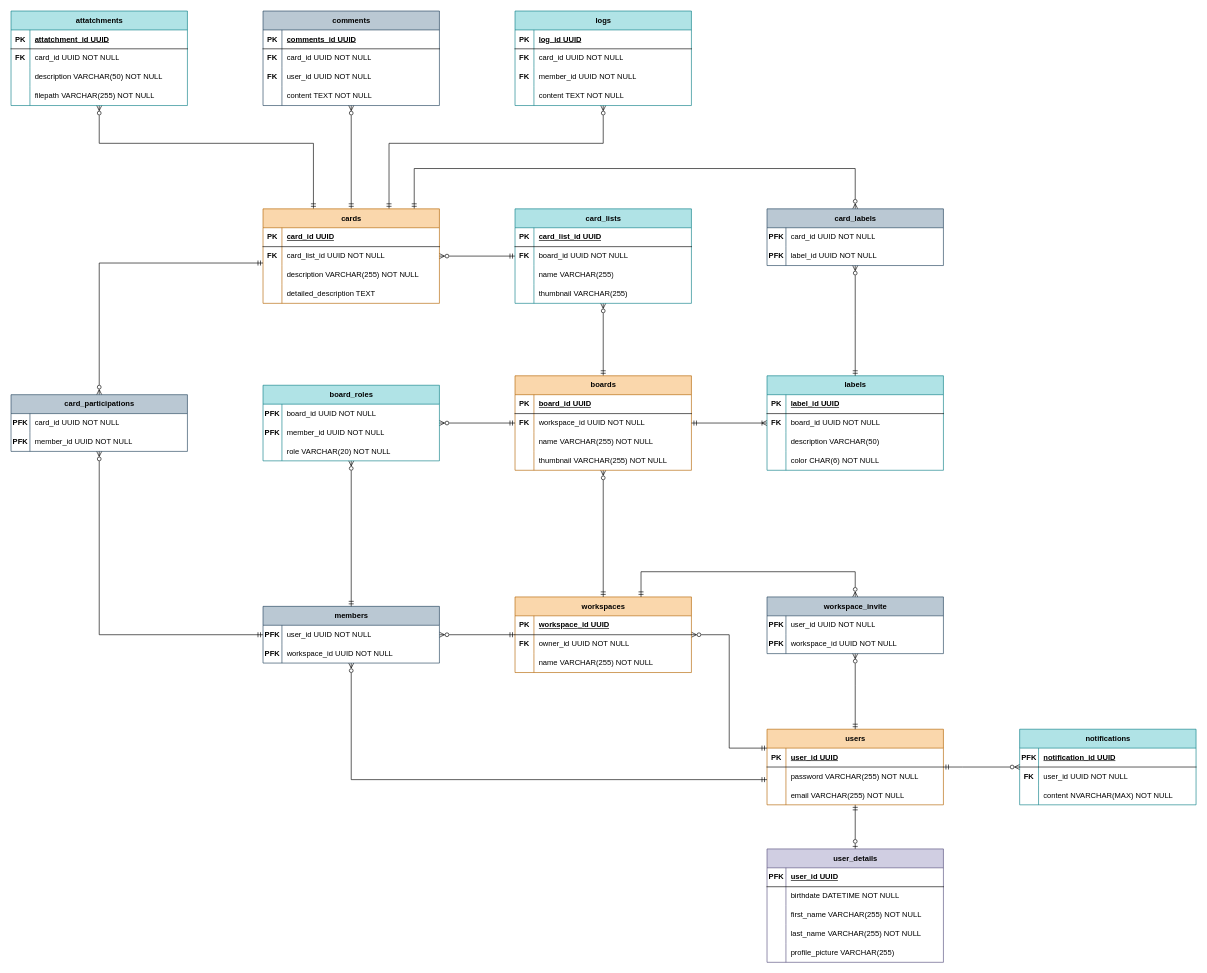
MuryloSaladino/KanBom keeps this draw.io diagram as page "DER" (1 of 2) of docs/database/DER.drawio. Above is the earlier version. Source tidied: cells renumbered, new cells numbered last; positions are measured from the earlier drawing's top-left corner, leaving out a move shared by most shapes. Both pictures are drawn from the tidied source at 63%, with x=0, y=0 at pixel (11, 11).
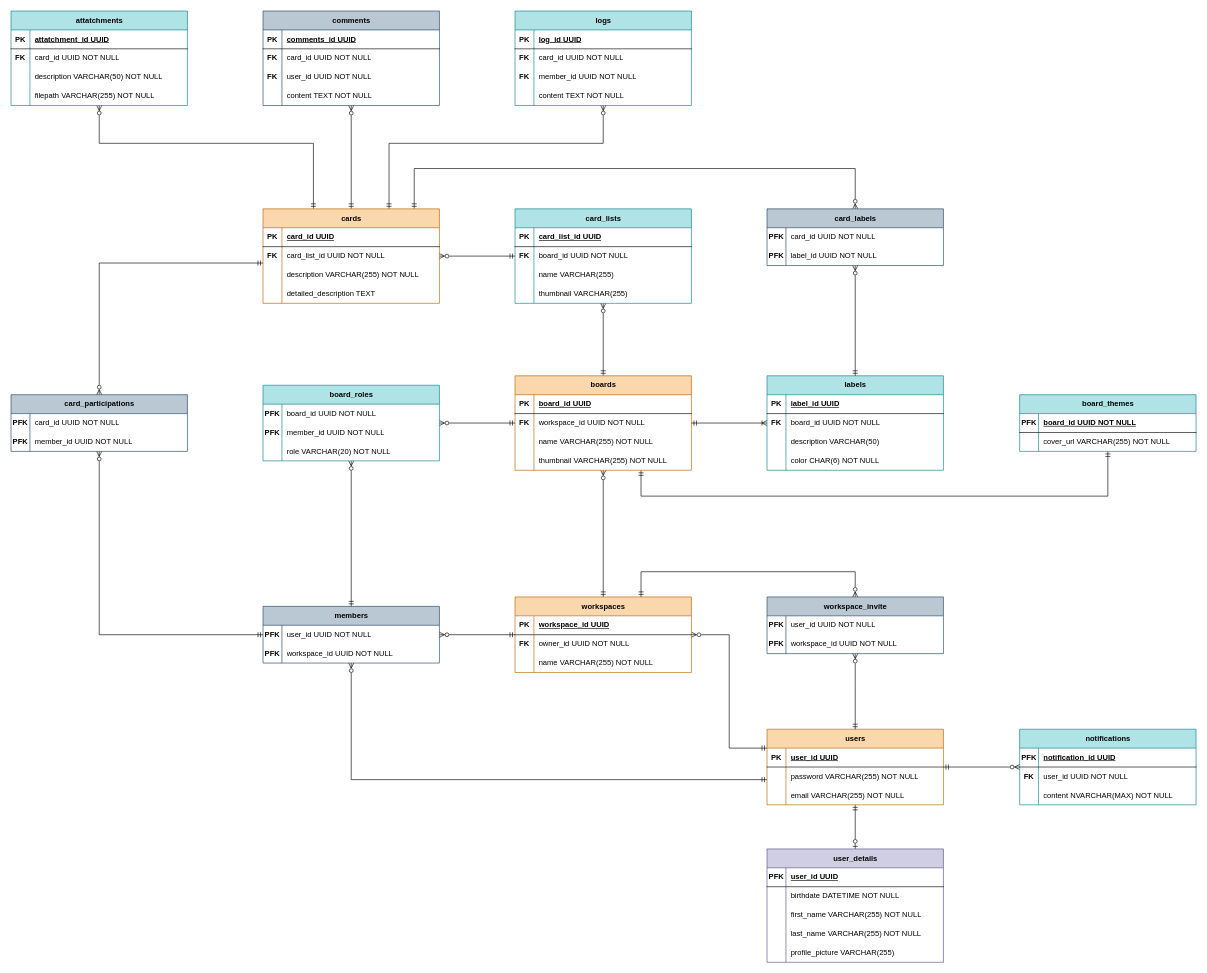
The same diagram, later.

The change refers to these unchanged cells:
```xml
<mxCell id="52" value="boards" style="shape=table;startSize=30;childLayout=tableLayout;rowLines=0;fontStyle=1;align=center;html=1;fillColor=#fad7ac;strokeColor=#b46504;" parent="1" vertex="1">
  <mxGeometry x="800" y="579" width="280" height="150" as="geometry" />
</mxCell>
```

What changed in the source:
```diff
@@
+    <mxCell id="197" style="edgeStyle=orthogonalEdgeStyle;rounded=0;jettySize=auto;html=1;endArrow=ERmandOne;endFill=0;startArrow=ERmandOne;startFill=0;" parent="1" edge="1" source="52" target="198">
+      <mxGeometry relative="1" as="geometry">
+        <Array as="points">
+          <mxPoint x="1000" y="770" />
+          <mxPoint x="1741" y="770" />
+        </Array>
+      </mxGeometry>
+    </mxCell>
@@
+    <mxCell id="198" value="board_themes" style="shape=table;startSize=30;childLayout=tableLayout;rowLines=0;fontStyle=1;align=center;html=1;fillColor=#b0e3e6;strokeColor=#0e8088;" parent="1" vertex="1">
+      <mxGeometry x="1601" y="609" width="280" height="90" as="geometry" />
+    </mxCell>
+    <mxCell id="199" style="shape=tableRow;horizontal=0;startSize=0;swimlaneHead=0;swimlaneBody=0;fillColor=none;top=0;left=0;right=0;bottom=1;" parent="198" vertex="1">
+      <mxGeometry y="30" width="280" height="30" as="geometry" />
+    </mxCell>
+    <mxCell id="200" value="PFK" style="shape=partialRectangle;fillColor=none;top=0;left=0;bottom=0;right=0;fontStyle=1;overflow=hidden;whiteSpace=wrap;html=1;" parent="199" vertex="1">
+      <mxGeometry width="30" height="30" as="geometry" />
+    </mxCell>
+    <mxCell id="201" value="board_id UUID NOT NULL" style="shape=partialRectangle;fillColor=none;top=0;left=0;bottom=0;right=0;align=left;spacingLeft=6;fontStyle=5;overflow=hidden;whiteSpace=wrap;html=1;" parent="199" vertex="1">
+      <mxGeometry x="30" width="250" height="30" as="geometry" />
+    </mxCell>
+    <mxCell id="202" style="shape=tableRow;horizontal=0;startSize=0;swimlaneHead=0;swimlaneBody=0;fillColor=none;top=0;left=0;right=0;bottom=0;" parent="198" vertex="1">
+      <mxGeometry y="60" width="280" height="30" as="geometry" />
+    </mxCell>
+    <mxCell id="203" style="shape=partialRectangle;fillColor=none;top=0;left=0;bottom=0;right=0;overflow=hidden;whiteSpace=wrap;html=1;" parent="202" vertex="1">
+      <mxGeometry width="30" height="30" as="geometry" />
+    </mxCell>
+    <mxCell id="204" value="cover_url VARCHAR(255) NOT NULL" style="shape=partialRectangle;fillColor=none;top=0;left=0;bottom=0;right=0;align=left;spacingLeft=6;overflow=hidden;whiteSpace=wrap;html=1;" parent="202" vertex="1">
+      <mxGeometry x="30" width="250" height="30" as="geometry" />
+    </mxCell>
```
